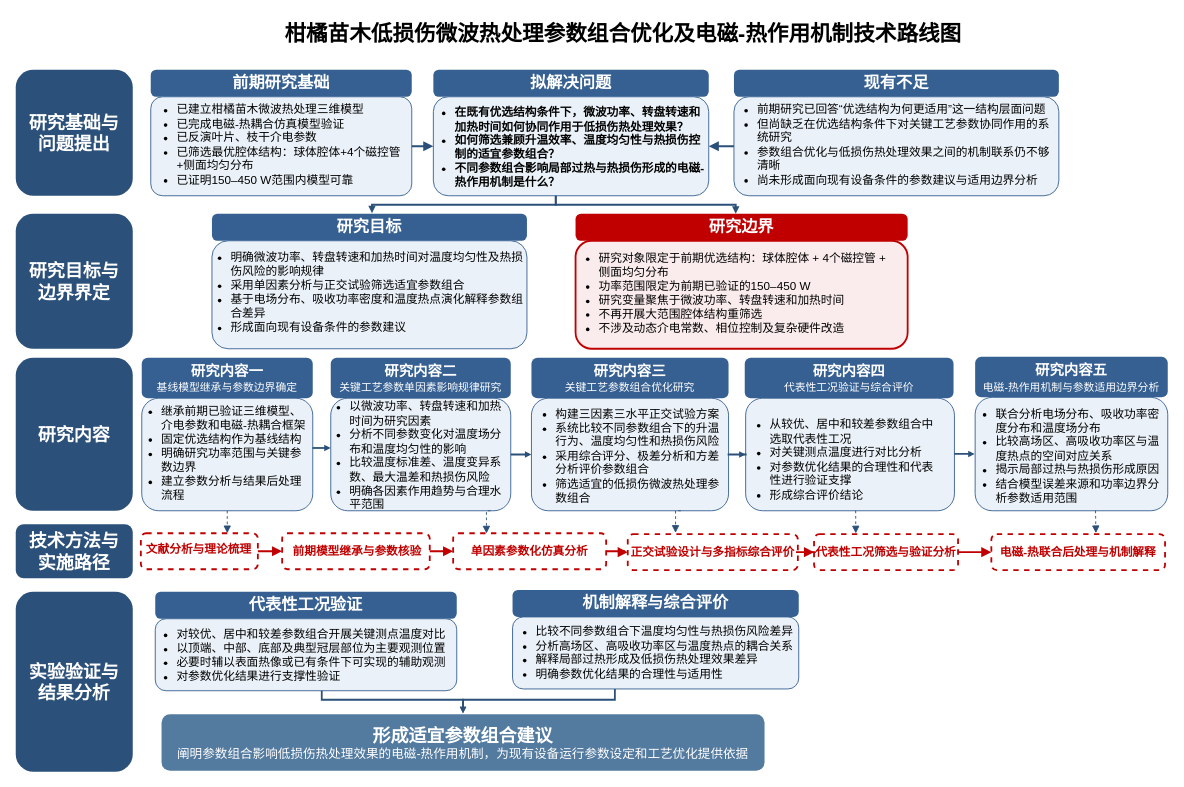
Above: 20260312技术路线图.drawio in handsome-tony/picture (draw.io), before the change. Source tidied: cells renumbered, new cells numbered last; positions are measured from the earlier drawing's top-left corner, leaving out a move shared by most shapes. Both pictures are drawn from the tidied source at 90%, with x=0, y=0 at pixel (15, 15).
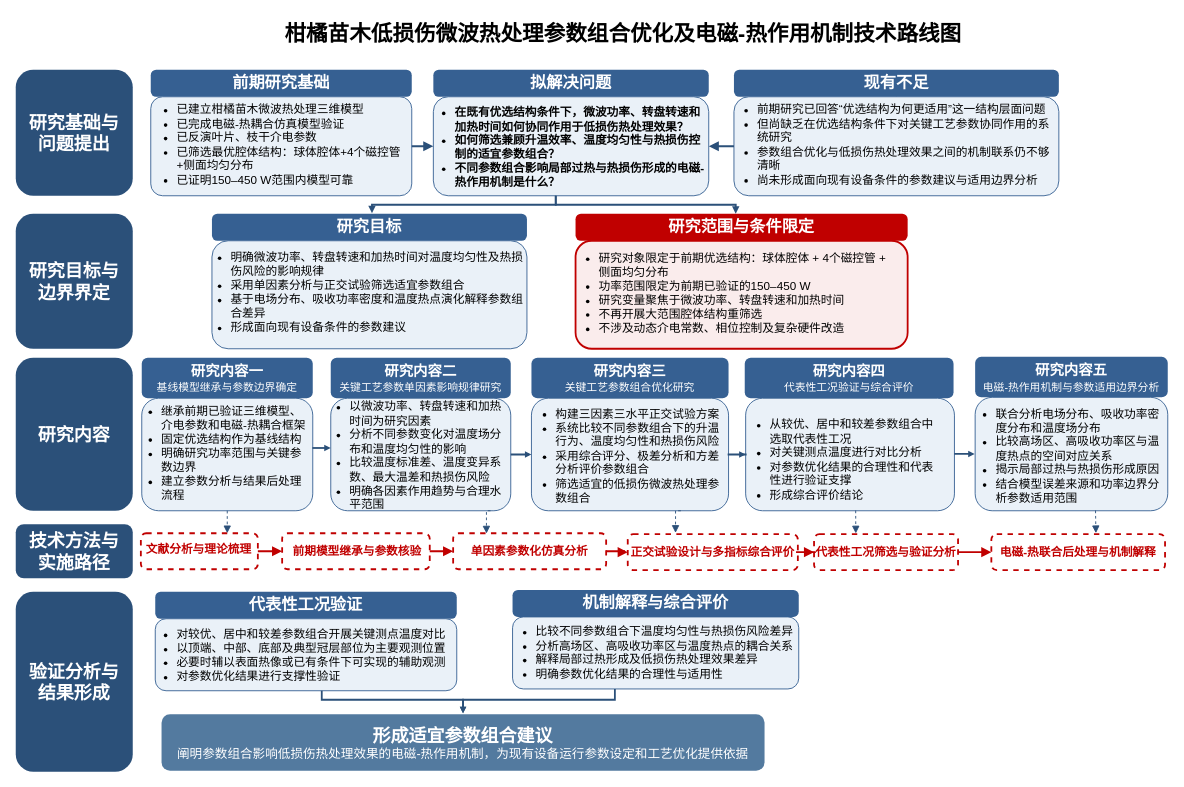
The same diagram, later.

Commit message (it also covers changes not shown here):
更新20260312技术路线图.drawio

What changed in the source:
```diff
@@
-    <mxCell id="7" value="&lt;font style=&quot;font-size: 20px;&quot;&gt;实验验证与&lt;br&gt;结果分析&lt;/font&gt;" style="rounded=1;whiteSpace=wrap;html=1;fillColor=#2B5079;strokeColor=none;fontColor=#ffffff;fontSize=16;fontStyle=1;align=center;verticalAlign=middle;" parent="1" vertex="1">
+    <mxCell id="7" value="&lt;font style=&quot;font-size: 20px;&quot;&gt;验证分析与&lt;/font&gt;&lt;div&gt;&lt;font style=&quot;font-size: 20px;&quot;&gt;结果形成&lt;/font&gt;&lt;/div&gt;" style="rounded=1;whiteSpace=wrap;html=1;fillColor=#2B5079;strokeColor=none;fontColor=#ffffff;fontSize=16;fontStyle=1;align=center;verticalAlign=middle;" parent="1" vertex="1">
       <mxGeometry y="640" width="130" height="200" as="geometry" />
     </mxCell>
@@
-    <mxCell id="17" value="&lt;font style=&quot;font-size: 18px;&quot;&gt;研究边界&lt;/font&gt;" style="rounded=1;whiteSpace=wrap;html=1;fillColor=#C00000;strokeColor=none;fontColor=#ffffff;fontSize=14;fontStyle=1;align=center;arcSize=20;" parent="1" vertex="1">
+    <mxCell id="17" value="&lt;font style=&quot;font-size: 18px;&quot;&gt;研究范围与条件限定&lt;/font&gt;" style="rounded=1;whiteSpace=wrap;html=1;fillColor=#C00000;strokeColor=none;fontColor=#ffffff;fontSize=14;fontStyle=1;align=center;arcSize=20;" parent="1" vertex="1">
       <mxGeometry x="622" y="220" width="369" height="30" as="geometry" />
     </mxCell>
```
